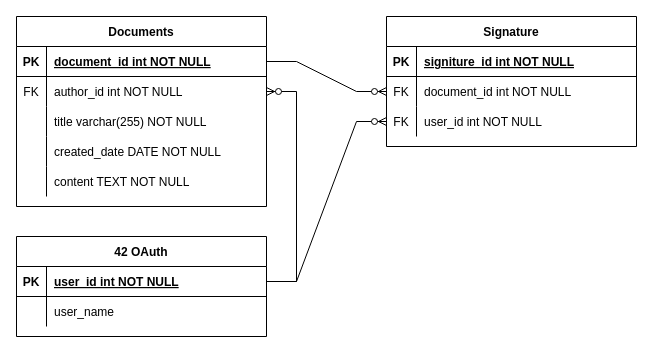
This is erd.drawio from 42SeoulHackthon2023GamFour/Hackthon2023GamFour, a draw.io file, before an edit. Source tidied: cells renumbered, new cells numbered last; positions are measured from the earlier drawing's top-left corner, leaving out a move shared by most shapes. Both pictures are drawn from the tidied source at 100%, with x=0, y=0 at pixel (16, 16).
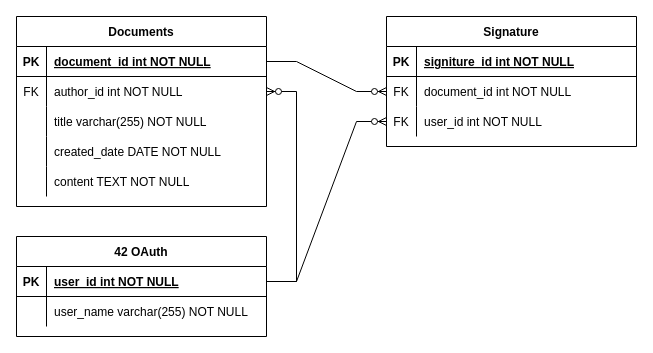
After the change.

The change refers to these unchanged cells:
```xml
<mxCell id="33" style="shape=partialRectangle;fillColor=none;top=0;left=0;right=0;bottom=0;" parent="29" vertex="1">
  <mxGeometry y="60" width="250" height="30" as="geometry" />
</mxCell>
```

Change to the diagram source:
```diff
@@
-    <mxCell id="35" value="user_name" style="shape=partialRectangle;overflow=hidden;fillColor=none;top=0;left=0;bottom=0;right=0;align=left;spacingLeft=6;" parent="33" vertex="1">
+    <mxCell id="35" value="user_name varchar(255) NOT NULL" style="shape=partialRectangle;overflow=hidden;fillColor=none;top=0;left=0;bottom=0;right=0;align=left;spacingLeft=6;" parent="33" vertex="1">
       <mxGeometry x="30" width="220" height="30" as="geometry" />
     </mxCell>
```
